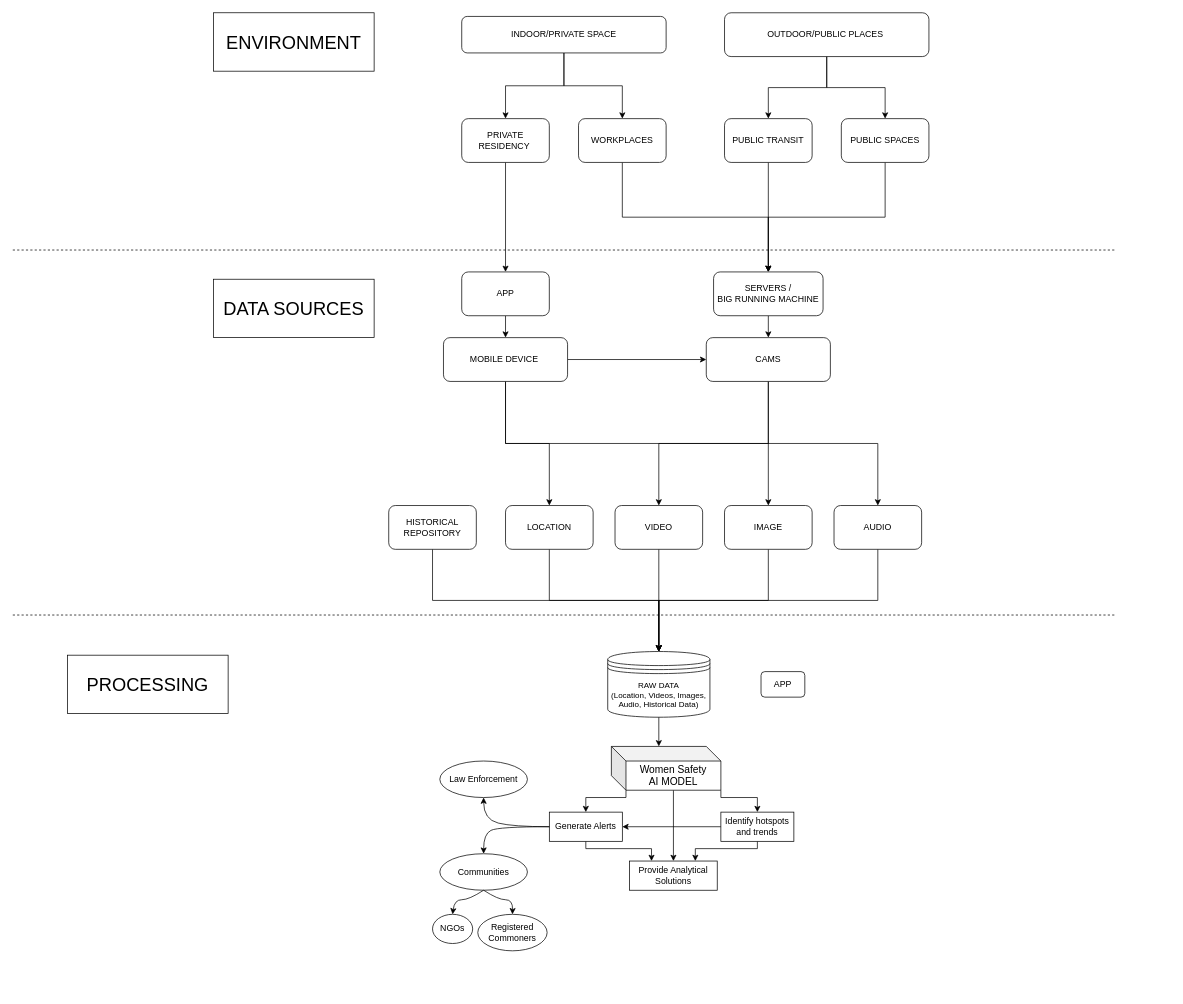
Above: page "Working" (1 of 6) of (SIH1605) FlowChart.drawio in Tushar7436/SIH-1605--Women-Safety (draw.io), before the change. Source tidied: cells renumbered, new cells numbered last; positions are measured from the earlier drawing's top-left corner, leaving out a move shared by most shapes. Both pictures are drawn from the tidied source at 73%, with x=0, y=0 at pixel (12, 12). Pictures stored in the file or linked from it are replaced by grey dashed boxes.
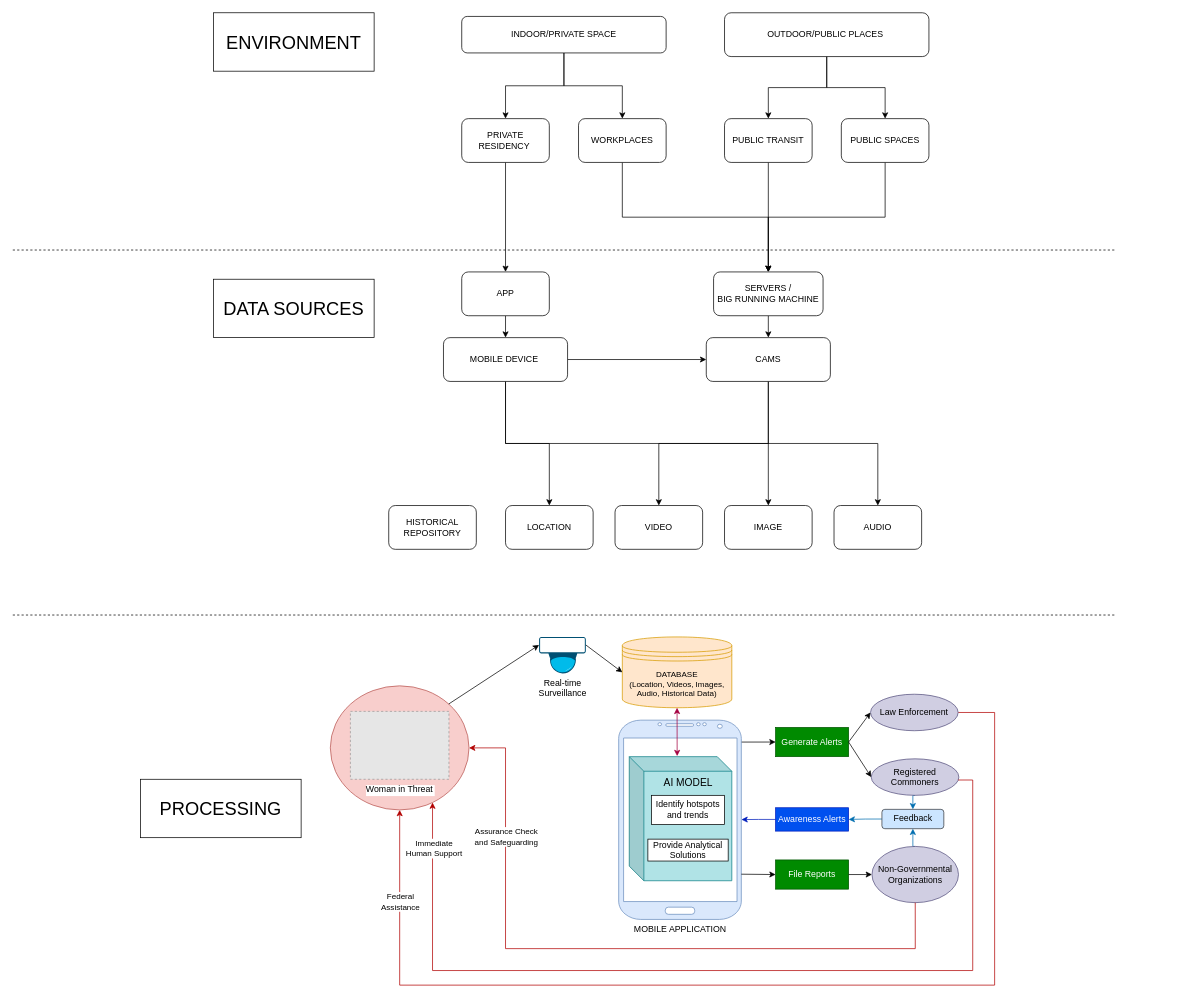
The same page after the edit.

Unchanged cells that the change refers to:
```xml
<mxCell id="38" value="VIDEO" style="whiteSpace=wrap;html=1;rounded=1;" parent="1" vertex="1">
  <mxGeometry x="825" y="675" width="120" height="60" as="geometry" />
</mxCell>
<mxCell id="40" value="IMAGE" style="whiteSpace=wrap;html=1;rounded=1;" parent="1" vertex="1">
  <mxGeometry x="975" y="675" width="120" height="60" as="geometry" />
</mxCell>
<mxCell id="42" value="AUDIO" style="whiteSpace=wrap;html=1;rounded=1;" parent="1" vertex="1">
  <mxGeometry x="1125" y="675" width="120" height="60" as="geometry" />
</mxCell>
<mxCell id="44" value="LOCATION" style="whiteSpace=wrap;html=1;rounded=1;" parent="1" vertex="1">
  <mxGeometry x="675" y="675" width="120" height="60" as="geometry" />
</mxCell>
<mxCell id="46" value="HISTORICAL REPOSITORY" style="whiteSpace=wrap;html=1;rounded=1;" parent="1" vertex="1">
  <mxGeometry x="515" y="675" width="120" height="60" as="geometry" />
</mxCell>
```

Change to the diagram source:
```diff
@@
+    <mxCell id="64" value="MOBILE APPLICATION" style="verticalLabelPosition=bottom;verticalAlign=top;html=1;shadow=0;dashed=0;strokeWidth=1;shape=mxgraph.android.phone2;strokeColor=#6c8ebf;fillColor=#dae8fc;" parent="1" vertex="1">
+      <mxGeometry x="830" y="969" width="168" height="273" as="geometry" />
+    </mxCell>
+    <mxCell id="52" value="&lt;font style=&quot;font-size: 14px;&quot;&gt;AI MODEL&lt;/font&gt;&lt;div&gt;&lt;span style=&quot;font-size: 14px;&quot;&gt;&lt;br&gt;&lt;/span&gt;&lt;div&gt;&lt;font style=&quot;font-size: 14px;&quot;&gt;&lt;br&gt;&lt;/font&gt;&lt;/div&gt;&lt;div&gt;&lt;font style=&quot;font-size: 14px;&quot;&gt;&lt;br&gt;&lt;/font&gt;&lt;/div&gt;&lt;div&gt;&lt;font style=&quot;font-size: 14px;&quot;&gt;&lt;br&gt;&lt;/font&gt;&lt;/div&gt;&lt;div&gt;&lt;font style=&quot;font-size: 14px;&quot;&gt;&lt;br&gt;&lt;/font&gt;&lt;/div&gt;&lt;div&gt;&lt;font style=&quot;font-size: 14px;&quot;&gt;&lt;br&gt;&lt;/font&gt;&lt;/div&gt;&lt;div&gt;&lt;font style=&quot;font-size: 14px;&quot;&gt;&lt;br&gt;&lt;/font&gt;&lt;/div&gt;&lt;/div&gt;" style="shape=cube;whiteSpace=wrap;html=1;boundedLbl=1;backgroundOutline=1;darkOpacity=0.05;darkOpacity2=0.1;fillColor=#b0e3e6;strokeColor=#0e8088;" parent="1" vertex="1">
+      <mxGeometry x="844.5" y="1019" width="140.5" height="170" as="geometry" />
+    </mxCell>
+    <mxCell id="65" style="ellipse;whiteSpace=wrap;html=1;fillColor=#f8cecc;strokeColor=#b85450;" parent="1" vertex="1">
+      <mxGeometry x="435" y="922" width="190" height="170" as="geometry" />
+    </mxCell>
@@
     <mxCell id="25" value="&lt;div style=&quot;text-align: left; font-size: 16px;&quot;&gt;&lt;br&gt;&lt;/div&gt;" style="text;html=1;align=center;verticalAlign=middle;strokeColor=none;fillColor=none;" parent="1" vertex="1">
-      <mxGeometry x="1566.2" y="1290" width="20" height="30" as="geometry" />
+      <mxGeometry x="1516.2" y="1280" width="20" height="30" as="geometry" />
     </mxCell>
-    <mxCell id="26" value="&lt;font style=&quot;font-size: 11px;&quot;&gt;RAW DATA&lt;/font&gt;&lt;div style=&quot;font-size: 11px;&quot;&gt;&lt;font style=&quot;font-size: 11px;&quot;&gt;(Location, Videos, Images, Audio, Historical Data)&lt;/font&gt;&lt;/div&gt;" style="shape=datastore;whiteSpace=wrap;html=1;" parent="1" vertex="1">
-      <mxGeometry x="815" y="875" width="140" height="90" as="geometry" />
+    <mxCell id="26" value="&lt;font style=&quot;font-size: 11px;&quot;&gt;DATABASE&lt;/font&gt;&lt;div style=&quot;font-size: 11px;&quot;&gt;&lt;font style=&quot;font-size: 11px;&quot;&gt;(Location, Videos, Images, Audio, Historical Data)&lt;/font&gt;&lt;/div&gt;" style="shape=datastore;whiteSpace=wrap;html=1;fillColor=#ffe6cc;strokeColor=#d79b00;" parent="1" vertex="1">
+      <mxGeometry x="835" y="855" width="150" height="97" as="geometry" />
     </mxCell>
-    <mxCell id="27" style="edgeStyle=orthogonalEdgeStyle;rounded=0;jettySize=auto;html=1;exitX=0.5;exitY=1;exitDx=0;exitDy=0;entryX=0.25;entryY=0;entryDx=0;entryDy=0;" parent="1" edge="1" source="28" target="33">
-      <mxGeometry relative="1" as="geometry">
-        <Array as="points">
-          <mxPoint x="785" y="1145" />
-          <mxPoint x="875" y="1145" />
-        </Array>
-      </mxGeometry>
-    </mxCell>
-    <mxCell id="28" value="Generate Alerts" style="whiteSpace=wrap;html=1;" parent="1" vertex="1">
-      <mxGeometry x="735" y="1095" width="100" height="40" as="geometry" />
+    <mxCell id="28" value="Generate Alerts" style="whiteSpace=wrap;html=1;fillColor=#008a00;strokeColor=#005700;fontColor=#ffffff;" parent="1" vertex="1">
+      <mxGeometry x="1045" y="979" width="100" height="40" as="geometry" />
     </mxCell>
@@
     <mxCell id="33" value="Provide Analytical Solutions" style="whiteSpace=wrap;html=1;" parent="1" vertex="1">
-      <mxGeometry x="845" y="1162" width="120" height="40" as="geometry" />
+      <mxGeometry x="870" y="1132" width="110" height="30" as="geometry" />
     </mxCell>
-    <mxCell id="34" style="edgeStyle=orthogonalEdgeStyle;rounded=0;jettySize=auto;html=1;exitX=0;exitY=0.5;exitDx=0;exitDy=0;entryX=1;entryY=0.5;entryDx=0;entryDy=0;" parent="1" edge="1" source="36" target="28">
-      <mxGeometry relative="1" as="geometry" />
-    </mxCell>
-    <mxCell id="35" style="edgeStyle=orthogonalEdgeStyle;rounded=0;jettySize=auto;html=1;exitX=0.5;exitY=1;exitDx=0;exitDy=0;entryX=0.75;entryY=0;entryDx=0;entryDy=0;" parent="1" edge="1" source="36" target="33">
-      <mxGeometry relative="1" as="geometry">
-        <Array as="points">
-          <mxPoint x="1020" y="1145" />
-          <mxPoint x="935" y="1145" />
-        </Array>
-      </mxGeometry>
-    </mxCell>
     <mxCell id="36" value="Identify hotspots and trends" style="whiteSpace=wrap;html=1;" parent="1" vertex="1">
-      <mxGeometry x="970" y="1095" width="100" height="40" as="geometry" />
+      <mxGeometry x="875" y="1072" width="100" height="40" as="geometry" />
     </mxCell>
-    <mxCell id="37" style="edgeStyle=orthogonalEdgeStyle;rounded=0;jettySize=auto;html=1;exitX=0.5;exitY=1;exitDx=0;exitDy=0;entryX=0.5;entryY=0;entryDx=0;entryDy=0;" parent="1" edge="1" source="38" target="26">
-      <mxGeometry relative="1" as="geometry" />
-    </mxCell>
@@
-    <mxCell id="39" style="edgeStyle=orthogonalEdgeStyle;rounded=0;jettySize=auto;html=1;exitX=0.5;exitY=1;exitDx=0;exitDy=0;entryX=0.5;entryY=0;entryDx=0;entryDy=0;" parent="1" edge="1" source="40" target="26">
-      <mxGeometry relative="1" as="geometry" />
-    </mxCell>
@@
-    <mxCell id="41" style="edgeStyle=orthogonalEdgeStyle;rounded=0;jettySize=auto;html=1;exitX=0.5;exitY=1;exitDx=0;exitDy=0;entryX=0.5;entryY=0;entryDx=0;entryDy=0;" parent="1" edge="1" source="42" target="26">
-      <mxGeometry relative="1" as="geometry" />
-    </mxCell>
@@
-    <mxCell id="43" style="edgeStyle=orthogonalEdgeStyle;rounded=0;jettySize=auto;html=1;exitX=0.5;exitY=1;exitDx=0;exitDy=0;entryX=0.5;entryY=0;entryDx=0;entryDy=0;" parent="1" edge="1" source="44" target="26">
-      <mxGeometry relative="1" as="geometry" />
-    </mxCell>
@@
-    <mxCell id="45" style="edgeStyle=orthogonalEdgeStyle;rounded=0;jettySize=auto;html=1;exitX=0.5;exitY=1;exitDx=0;exitDy=0;entryX=0.5;entryY=0;entryDx=0;entryDy=0;" parent="1" edge="1" source="46" target="26">
-      <mxGeometry relative="1" as="geometry" />
-    </mxCell>
@@
     <mxCell id="48" value="&lt;font style=&quot;font-size: 25px;&quot;&gt;PROCESSING&lt;/font&gt;" style="rounded=0;whiteSpace=wrap;html=1;" parent="1" vertex="1">
-      <mxGeometry x="75" y="880" width="220" height="80" as="geometry" />
+      <mxGeometry x="175" y="1050" width="220" height="80" as="geometry" />
     </mxCell>
-    <mxCell id="49" style="edgeStyle=orthogonalEdgeStyle;rounded=0;jettySize=auto;html=1;exitX=0;exitY=0;exitDx=85;exitDy=60;exitPerimeter=0;entryX=0.5;entryY=0;entryDx=0;entryDy=0;" parent="1" edge="1" source="52" target="33">
-      <mxGeometry relative="1" as="geometry" />
-    </mxCell>
-    <mxCell id="50" style="edgeStyle=orthogonalEdgeStyle;rounded=0;jettySize=auto;html=1;exitX=1;exitY=1;exitDx=0;exitDy=0;exitPerimeter=0;entryX=0.5;entryY=0;entryDx=0;entryDy=0;" parent="1" edge="1" source="52" target="36">
-      <mxGeometry relative="1" as="geometry">
-        <Array as="points">
-          <mxPoint x="970" y="1075" />
-          <mxPoint x="1020" y="1075" />
-        </Array>
-      </mxGeometry>
-    </mxCell>
-    <mxCell id="51" style="edgeStyle=orthogonalEdgeStyle;rounded=0;jettySize=auto;html=1;exitX=0;exitY=0;exitDx=20;exitDy=60;exitPerimeter=0;entryX=0.5;entryY=0;entryDx=0;entryDy=0;" parent="1" edge="1" source="52" target="28">
-      <mxGeometry relative="1" as="geometry">
-        <Array as="points">
-          <mxPoint x="840" y="1075" />
-          <mxPoint x="785" y="1075" />
-        </Array>
-      </mxGeometry>
-    </mxCell>
-    <mxCell id="52" value="&lt;font style=&quot;font-size: 14px;&quot;&gt;Women Safety&lt;br&gt;AI MODEL&lt;/font&gt;" style="shape=cube;whiteSpace=wrap;html=1;boundedLbl=1;backgroundOutline=1;darkOpacity=0.05;darkOpacity2=0.1;" parent="1" vertex="1">
-      <mxGeometry x="820" y="1005" width="150" height="60" as="geometry" />
-    </mxCell>
@@
+    <mxCell id="66" style="edgeStyle=orthogonalEdgeStyle;rounded=0;jettySize=auto;html=1;exitX=1;exitY=0.5;exitDx=0;exitDy=0;entryX=0.5;entryY=1;entryDx=0;entryDy=0;fillColor=#e51400;strokeColor=#B20000;" parent="1" edge="1" source="54" target="65">
+      <mxGeometry relative="1" as="geometry">
+        <Array as="points">
+          <mxPoint x="1345" y="959" />
+          <mxPoint x="1345" y="1332" />
+          <mxPoint x="530" y="1332" />
+        </Array>
+      </mxGeometry>
+    </mxCell>
+    <mxCell id="67" value="Federal&lt;br&gt;Assistance" style="edgeLabel;html=1;align=center;verticalAlign=middle;" parent="66" vertex="1">
+      <mxGeometry x="0.83" relative="1" as="geometry" />
+    </mxCell>
-    <mxCell id="54" value="Law Enforcement" style="ellipse;whiteSpace=wrap;html=1;" parent="1" vertex="1">
-      <mxGeometry x="585" y="1025" width="120" height="50" as="geometry" />
+    <mxCell id="54" value="Law Enforcement" style="ellipse;whiteSpace=wrap;html=1;fillColor=#d0cee2;strokeColor=#56517e;" parent="1" vertex="1">
+      <mxGeometry x="1175" y="933.5" width="120" height="50" as="geometry" />
     </mxCell>
+    <mxCell id="68" style="edgeStyle=orthogonalEdgeStyle;rounded=0;jettySize=auto;html=1;exitX=0.5;exitY=1;exitDx=0;exitDy=0;entryX=0.5;entryY=0;entryDx=0;entryDy=0;fillColor=#1ba1e2;strokeColor=#006EAF;" parent="1" edge="1" source="55" target="84">
+      <mxGeometry relative="1" as="geometry" />
+    </mxCell>
-    <mxCell id="55" value="Communities" style="ellipse;whiteSpace=wrap;html=1;" parent="1" vertex="1">
-      <mxGeometry x="585" y="1152" width="120" height="50" as="geometry" />
+    <mxCell id="55" value="Registered Commoners" style="ellipse;whiteSpace=wrap;html=1;fillColor=#d0cee2;strokeColor=#56517e;" parent="1" vertex="1">
+      <mxGeometry x="1176" y="1022" width="120" height="50" as="geometry" />
     </mxCell>
+    <mxCell id="69" style="edgeStyle=orthogonalEdgeStyle;rounded=0;jettySize=auto;html=1;exitX=0.5;exitY=0;exitDx=0;exitDy=0;entryX=0.5;entryY=1;entryDx=0;entryDy=0;fillColor=#1ba1e2;strokeColor=#006EAF;" parent="1" edge="1" source="56" target="84">
+      <mxGeometry relative="1" as="geometry" />
+    </mxCell>
-    <mxCell id="56" value="NGOs" style="ellipse;whiteSpace=wrap;html=1;" parent="1" vertex="1">
-      <mxGeometry x="575" y="1235" width="55" height="40" as="geometry" />
+    <mxCell id="56" value="Non-Governmental Organizations" style="ellipse;whiteSpace=wrap;html=1;fillColor=#d0cee2;strokeColor=#56517e;" parent="1" vertex="1">
+      <mxGeometry x="1177" y="1142" width="118.5" height="77" as="geometry" />
     </mxCell>
-    <mxCell id="57" value="Registered Commoners" style="ellipse;whiteSpace=wrap;html=1;" parent="1" vertex="1">
-      <mxGeometry x="637" y="1235" width="95" height="50" as="geometry" />
-    </mxCell>
-    <mxCell id="58" style="edgeStyle=orthogonalEdgeStyle;rounded=0;jettySize=auto;html=1;exitX=0.5;exitY=1;exitDx=0;exitDy=0;entryX=0;entryY=0;entryDx=65;entryDy=0;entryPerimeter=0;" parent="1" edge="1" source="26" target="52">
-      <mxGeometry relative="1" as="geometry" />
-    </mxCell>
+    <mxCell id="70" value="Real-time&lt;br&gt;Surveillance" style="points=[[0.015,0.015,0],[0.5,0,0],[0.985,0.015,0],[1,0.22,0],[0.985,0.43,0],[0.73,0.85,0],[0.5,1,0],[0.285,0.85,0],[0.015,0.43,0],[0,0.22,0]];verticalLabelPosition=bottom;sketch=0;html=1;verticalAlign=top;align=center;shape=mxgraph.cisco19.surveillance_camera;fillColor=#005073;strokeColor=none;" parent="1" vertex="1">
+      <mxGeometry x="721" y="855" width="64" height="50" as="geometry" />
+    </mxCell>
+    <mxCell id="71" style="endArrow=classic;html=1;rounded=0;exitX=1;exitY=0.22;exitDx=0;exitDy=0;exitPerimeter=0;entryX=0;entryY=0.5;entryDx=0;entryDy=0;" parent="1" edge="1" source="70" target="26">
+      <mxGeometry relative="1" as="geometry" />
+    </mxCell>
+    <mxCell id="72" style="endArrow=classic;html=1;rounded=0;exitX=1;exitY=0;exitDx=0;exitDy=0;entryX=0;entryY=0.22;entryDx=0;entryDy=0;entryPerimeter=0;" parent="1" edge="1" source="65" target="70">
+      <mxGeometry relative="1" as="geometry" />
+    </mxCell>
+    <mxCell id="73" style="endArrow=classic;html=1;rounded=0;entryX=0;entryY=0.5;entryDx=0;entryDy=0;exitX=1.003;exitY=0.11;exitDx=0;exitDy=0;exitPerimeter=0;" parent="1" edge="1" source="64" target="28">
+      <mxGeometry relative="1" as="geometry" />
+    </mxCell>
+    <mxCell id="74" value="File Reports" style="whiteSpace=wrap;html=1;fillColor=#008a00;strokeColor=#005700;fontColor=#ffffff;" parent="1" vertex="1">
+      <mxGeometry x="1045" y="1160.5" width="100" height="40" as="geometry" />
+    </mxCell>
+    <mxCell id="75" style="endArrow=classic;html=1;rounded=0;entryX=0;entryY=0.5;entryDx=0;entryDy=0;exitX=1;exitY=0.773;exitDx=0;exitDy=0;exitPerimeter=0;" parent="1" edge="1" source="64" target="74">
+      <mxGeometry relative="1" as="geometry" />
+    </mxCell>
-    <mxCell id="59" style="curved=1;endArrow=classic;html=1;rounded=0;exitX=0;exitY=0.5;exitDx=0;exitDy=0;entryX=0.5;entryY=1;entryDx=0;entryDy=0;" parent="1" edge="1" source="28" target="54">
-      <mxGeometry relative="1" as="geometry">
-        <Array as="points">
-          <mxPoint x="685" y="1115" />
-          <mxPoint x="645" y="1105" />
-        </Array>
-      </mxGeometry>
+    <mxCell id="59" style="endArrow=classic;html=1;rounded=0;exitX=1;exitY=0.5;exitDx=0;exitDy=0;entryX=0;entryY=0.5;entryDx=0;entryDy=0;" parent="1" edge="1" source="28" target="54">
+      <mxGeometry relative="1" as="geometry" />
     </mxCell>
-    <mxCell id="60" style="curved=1;endArrow=classic;html=1;rounded=0;exitX=0;exitY=0.5;exitDx=0;exitDy=0;entryX=0.5;entryY=0;entryDx=0;entryDy=0;" parent="1" edge="1" source="28" target="55">
-      <mxGeometry relative="1" as="geometry">
-        <Array as="points">
-          <mxPoint x="665" y="1115" />
-          <mxPoint x="645" y="1125" />
-        </Array>
-      </mxGeometry>
+    <mxCell id="60" style="endArrow=classic;html=1;rounded=0;exitX=1;exitY=0.5;exitDx=0;exitDy=0;entryX=0;entryY=0.5;entryDx=0;entryDy=0;" parent="1" edge="1" source="28" target="55">
+      <mxGeometry relative="1" as="geometry" />
     </mxCell>
-    <mxCell id="61" style="curved=1;endArrow=classic;html=1;rounded=0;entryX=0.5;entryY=0;entryDx=0;entryDy=0;exitX=0.5;exitY=1;exitDx=0;exitDy=0;" parent="1" edge="1" source="55" target="56">
-      <mxGeometry relative="1" as="geometry">
-        <Array as="points">
-          <mxPoint x="625" y="1215" />
-          <mxPoint x="605" y="1215" />
-        </Array>
-      </mxGeometry>
-    </mxCell>
-    <mxCell id="62" style="curved=1;endArrow=classic;html=1;rounded=0;entryX=0.5;entryY=0;entryDx=0;entryDy=0;exitX=0.5;exitY=1;exitDx=0;exitDy=0;" parent="1" edge="1" source="55" target="57">
-      <mxGeometry relative="1" as="geometry">
-        <Array as="points">
-          <mxPoint x="665" y="1215" />
-          <mxPoint x="685" y="1215" />
-        </Array>
-      </mxGeometry>
-    </mxCell>
-    <mxCell id="63" value="APP" style="rounded=1;whiteSpace=wrap;html=1;" parent="1" vertex="1">
-      <mxGeometry x="1025" y="902.5" width="60" height="35" as="geometry" />
-    </mxCell>
+    <mxCell id="76" style="endArrow=classic;html=1;rounded=0;exitX=1;exitY=0.5;exitDx=0;exitDy=0;entryX=0;entryY=0.5;entryDx=0;entryDy=0;" parent="1" edge="1" source="74" target="56">
+      <mxGeometry relative="1" as="geometry" />
+    </mxCell>
+    <mxCell id="77" style="edgeStyle=orthogonalEdgeStyle;rounded=0;jettySize=auto;html=1;exitX=1;exitY=0.5;exitDx=0;exitDy=0;fillColor=#e51400;strokeColor=#B20000;" parent="1" edge="1" target="65">
+      <mxGeometry relative="1" as="geometry">
+        <mxPoint x="1295" y="1051" as="sourcePoint" />
+        <Array as="points">
+          <mxPoint x="1315" y="1051" />
+          <mxPoint x="1315" y="1312" />
+          <mxPoint x="575" y="1312" />
+        </Array>
+      </mxGeometry>
+    </mxCell>
+    <mxCell id="78" value="Immediate&lt;br&gt;Human Support" style="edgeLabel;html=1;align=center;verticalAlign=middle;" parent="77" vertex="1">
+      <mxGeometry x="0.9" y="-1" relative="1" as="geometry" />
+    </mxCell>
+    <mxCell id="79" style="edgeStyle=orthogonalEdgeStyle;rounded=0;jettySize=auto;html=1;exitX=0.5;exitY=1;exitDx=0;exitDy=0;fillColor=#e51400;strokeColor=#B20000;entryX=1;entryY=0.5;entryDx=0;entryDy=0;" parent="1" edge="1" source="56" target="65">
+      <mxGeometry relative="1" as="geometry">
+        <Array as="points">
+          <mxPoint x="1236" y="1282" />
+          <mxPoint x="675" y="1282" />
+          <mxPoint x="675" y="1007" />
+        </Array>
+      </mxGeometry>
+    </mxCell>
+    <mxCell id="80" value="Assurance Check&lt;br&gt;and Safeguarding" style="edgeLabel;html=1;align=center;verticalAlign=middle;" parent="79" vertex="1">
+      <mxGeometry x="0.64" relative="1" as="geometry" />
+    </mxCell>
+    <mxCell id="81" value="Awareness Alerts" style="whiteSpace=wrap;html=1;fillColor=#0050ef;strokeColor=#001DBC;fontColor=#ffffff;" parent="1" vertex="1">
+      <mxGeometry x="1045" y="1089" width="100" height="32" as="geometry" />
+    </mxCell>
+    <mxCell id="82" style="edgeStyle=orthogonalEdgeStyle;rounded=0;jettySize=auto;html=1;exitX=0;exitY=0.5;exitDx=0;exitDy=0;fillColor=#0050ef;strokeColor=#001DBC;entryX=1.001;entryY=0.499;entryDx=0;entryDy=0;entryPerimeter=0;" parent="1" edge="1" source="81" target="64">
+      <mxGeometry relative="1" as="geometry" />
+    </mxCell>
+    <mxCell id="83" style="edgeStyle=orthogonalEdgeStyle;rounded=0;jettySize=auto;html=1;exitX=0;exitY=0.5;exitDx=0;exitDy=0;entryX=1;entryY=0.5;entryDx=0;entryDy=0;fillColor=#1ba1e2;strokeColor=#006EAF;" parent="1" edge="1" source="84" target="81">
+      <mxGeometry relative="1" as="geometry" />
+    </mxCell>
+    <mxCell id="84" value="Feedback" style="rounded=1;whiteSpace=wrap;html=1;fillColor=#cce5ff;strokeColor=#36393d;" parent="1" vertex="1">
+      <mxGeometry x="1190.6" y="1091.2" width="84.8" height="26.5" as="geometry" />
+    </mxCell>
+    <mxCell id="85" value="Woman in Threat" style="fillColor=#E6E6E6;strokeColor=#999999;dashed=1;verticalLabelPosition=bottom;labelBackgroundColor=default;verticalAlign=top;" parent="1" vertex="1">
+      <mxGeometry x="462.5" y="957" width="135" height="93" as="geometry" />
+    </mxCell>
+    <mxCell id="86" style="endArrow=classic;startArrow=classic;html=1;rounded=0;entryX=0.5;entryY=1;entryDx=0;entryDy=0;exitX=0.467;exitY=-0.004;exitDx=0;exitDy=0;exitPerimeter=0;fillColor=#d80073;strokeColor=#A50040;" parent="1" edge="1" source="52" target="26">
+      <mxGeometry relative="1" as="geometry" />
+    </mxCell>
```
